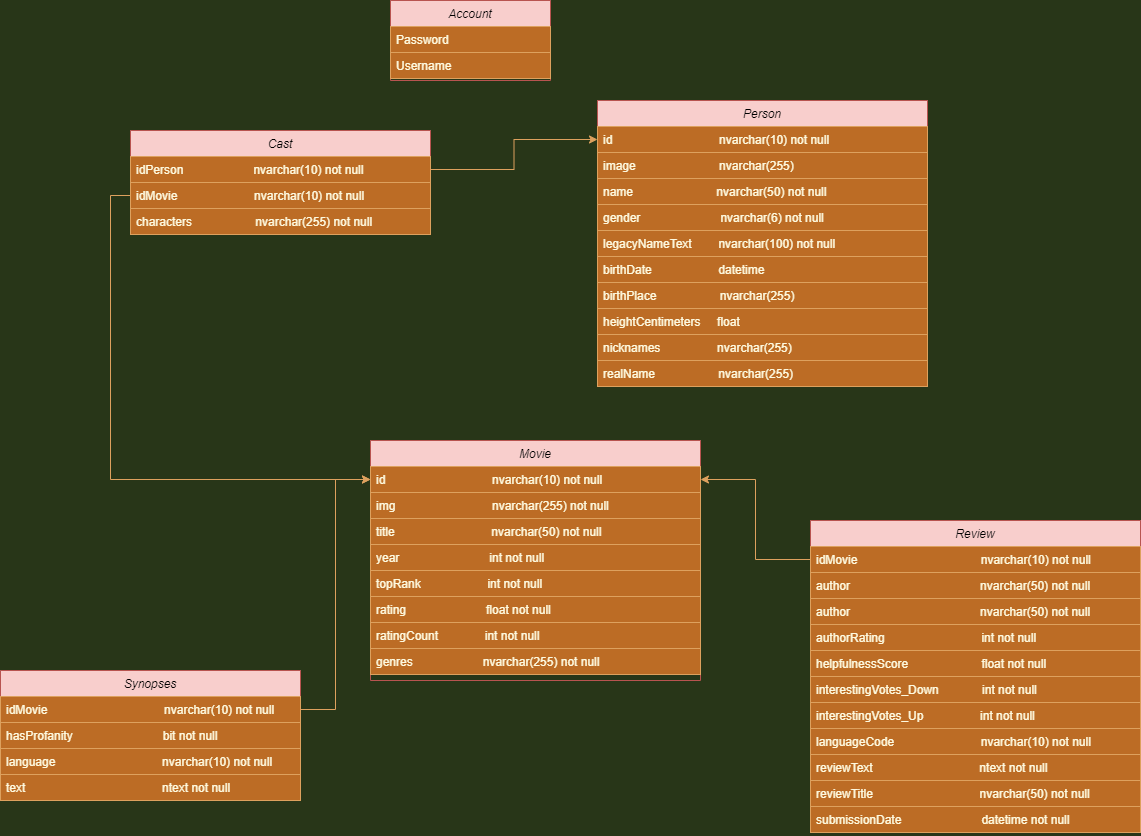
Above: database/diagram.png in nvhai248/BTCN3 (draw.io), before the change. Source tidied: cells renumbered, new cells last; positions are measured from the earlier drawing's top-left corner, leaving out a move shared by most shapes.
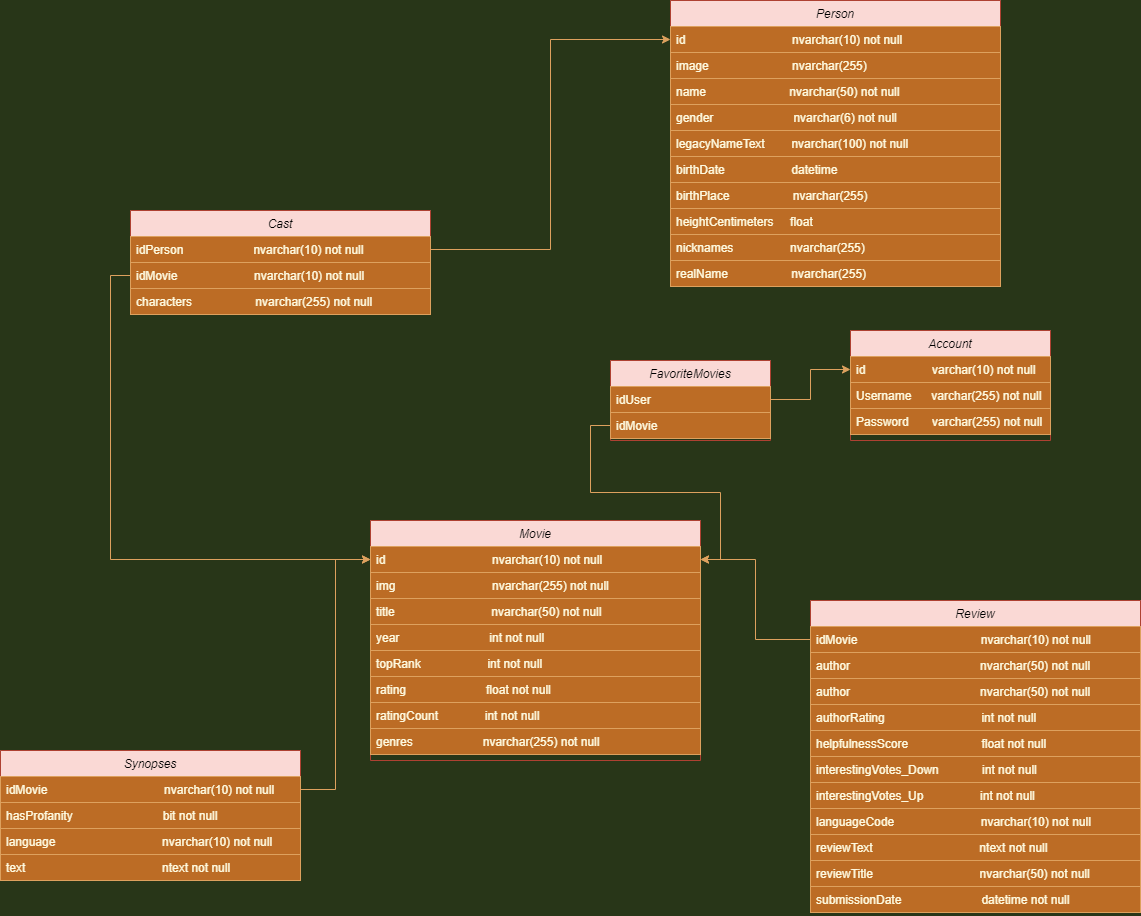
The same diagram one commit later.

Diff of the diagram source:
```diff
@@ -2,8 +2,8 @@
   <root>
     <mxCell id="0" />
     <mxCell id="1" parent="0" />
-    <mxCell id="2" value="Person" style="swimlane;fontStyle=2;align=center;verticalAlign=top;horizontal=1;startSize=26;rounded=0;shadow=0;strokeWidth=1;fillColor=#f8cecc;strokeColor=#b85450;" parent="1" vertex="1">
-      <mxGeometry x="597" y="100" width="330" height="286" as="geometry" />
+    <mxCell id="2" value="Person" style="swimlane;fontStyle=2;align=center;verticalAlign=top;horizontal=1;startSize=26;rounded=0;shadow=0;strokeWidth=1;fillColor=#fad9d5;strokeColor=#ae4132;" parent="1" vertex="1">
+      <mxGeometry x="670" y="-80" width="330" height="286" as="geometry" />
     </mxCell>
     <mxCell id="3" value="id                                nvarchar(10) not null&#10;&#10;" style="text;align=left;verticalAlign=top;spacingLeft=4;spacingRight=4;overflow=hidden;points=[[0,0.5],[1,0.5]];portConstraint=eastwest;fillColor=#BC6C25;fontColor=#FEFAE0;strokeColor=#DDA15E;" parent="2" vertex="1">
       <mxGeometry y="26" width="330" height="26" as="geometry" />
@@ -35,16 +35,19 @@
     <mxCell id="12" value="realName                   nvarchar(255)" style="text;align=left;verticalAlign=top;spacingLeft=4;spacingRight=4;overflow=hidden;fillColor=#BC6C25;fontColor=#FEFAE0;strokeColor=#DDA15E;" parent="2" vertex="1">
       <mxGeometry y="260" width="330" height="26" as="geometry" />
     </mxCell>
-    <mxCell id="13" value="Account" style="swimlane;fontStyle=2;align=center;verticalAlign=top;horizontal=1;startSize=26;rounded=0;shadow=0;strokeWidth=1;fillColor=#f8cecc;strokeColor=#b85450;" parent="1" vertex="1">
-      <mxGeometry x="390" width="160" height="80" as="geometry" />
+    <mxCell id="13" value="Account" style="swimlane;fontStyle=2;align=center;verticalAlign=top;horizontal=1;startSize=26;rounded=0;shadow=0;strokeWidth=1;fillColor=#fad9d5;strokeColor=#ae4132;" parent="1" vertex="1">
+      <mxGeometry x="850" y="250" width="200" height="110" as="geometry" />
     </mxCell>
+    <mxCell id="15" value="id                    varchar(10) not null" style="text;align=left;verticalAlign=top;spacingLeft=4;spacingRight=4;overflow=hidden;points=[[0,0.5],[1,0.5]];portConstraint=eastwest;fillColor=#BC6C25;fontColor=#FEFAE0;strokeColor=#DDA15E;" parent="13" vertex="1">
+      <mxGeometry y="26" width="200" height="26" as="geometry" />
+    </mxCell>
+    <mxCell id="50" value="Username      varchar(255) not null" style="text;align=left;verticalAlign=top;spacingLeft=4;spacingRight=4;overflow=hidden;fillColor=#BC6C25;fontColor=#FEFAE0;strokeColor=#DDA15E;" parent="13" vertex="1">
+      <mxGeometry y="52" width="200" height="26" as="geometry" />
+    </mxCell>
-    <mxCell id="14" value="Password" style="text;align=left;verticalAlign=top;spacingLeft=4;spacingRight=4;overflow=hidden;rounded=0;shadow=0;html=0;fillColor=#BC6C25;fontColor=#FEFAE0;strokeColor=#DDA15E;" parent="13" vertex="1">
-      <mxGeometry y="26" width="160" height="26" as="geometry" />
+    <mxCell id="14" value="Password       varchar(255) not null" style="text;align=left;verticalAlign=top;spacingLeft=4;spacingRight=4;overflow=hidden;rounded=0;shadow=0;html=0;fillColor=#BC6C25;fontColor=#FEFAE0;strokeColor=#DDA15E;" parent="13" vertex="1">
+      <mxGeometry y="78" width="200" height="26" as="geometry" />
     </mxCell>
-    <mxCell id="15" value="Username" style="text;align=left;verticalAlign=top;spacingLeft=4;spacingRight=4;overflow=hidden;points=[[0,0.5],[1,0.5]];portConstraint=eastwest;fillColor=#BC6C25;fontColor=#FEFAE0;strokeColor=#DDA15E;" parent="13" vertex="1">
-      <mxGeometry y="52" width="160" height="26" as="geometry" />
-    </mxCell>
-    <mxCell id="16" value="Movie&#10;" style="swimlane;fontStyle=2;align=center;verticalAlign=top;horizontal=1;startSize=26;rounded=0;shadow=0;strokeWidth=1;fillColor=#f8cecc;strokeColor=#b85450;" parent="1" vertex="1">
+    <mxCell id="16" value="Movie&#10;" style="swimlane;fontStyle=2;align=center;verticalAlign=top;horizontal=1;startSize=26;rounded=0;shadow=0;strokeWidth=1;fillColor=#fad9d5;strokeColor=#ae4132;" parent="1" vertex="1">
       <mxGeometry x="370" y="440" width="330" height="240" as="geometry" />
     </mxCell>
     <mxCell id="17" value="id                                nvarchar(10) not null&#10;&#10;" style="text;align=left;verticalAlign=top;spacingLeft=4;spacingRight=4;overflow=hidden;points=[[0,0.5],[1,0.5]];portConstraint=eastwest;fillColor=#BC6C25;fontColor=#FEFAE0;strokeColor=#DDA15E;" parent="16" vertex="1">
@@ -71,7 +74,7 @@
     <mxCell id="24" value="genres                     nvarchar(255) not null" style="text;align=left;verticalAlign=top;spacingLeft=4;spacingRight=4;overflow=hidden;fillColor=#BC6C25;fontColor=#FEFAE0;strokeColor=#DDA15E;" parent="16" vertex="1">
       <mxGeometry y="208" width="330" height="26" as="geometry" />
     </mxCell>
-    <mxCell id="25" value="Review" style="swimlane;fontStyle=2;align=center;verticalAlign=top;horizontal=1;startSize=26;rounded=0;shadow=0;strokeWidth=1;fillColor=#f8cecc;strokeColor=#b85450;" parent="1" vertex="1">
+    <mxCell id="25" value="Review" style="swimlane;fontStyle=2;align=center;verticalAlign=top;horizontal=1;startSize=26;rounded=0;shadow=0;strokeWidth=1;fillColor=#fad9d5;strokeColor=#ae4132;" parent="1" vertex="1">
       <mxGeometry x="810" y="520" width="330" height="312" as="geometry" />
     </mxCell>
     <mxCell id="26" value="idMovie                                     nvarchar(10) not null" style="text;align=left;verticalAlign=top;spacingLeft=4;spacingRight=4;overflow=hidden;points=[[0,0.5],[1,0.5]];portConstraint=eastwest;fillColor=#BC6C25;fontColor=#FEFAE0;strokeColor=#DDA15E;" parent="25" vertex="1">
@@ -107,7 +110,7 @@
     <mxCell id="36" value="submissionDate                        datetime not null" style="text;align=left;verticalAlign=top;spacingLeft=4;spacingRight=4;overflow=hidden;fillColor=#BC6C25;fontColor=#FEFAE0;strokeColor=#DDA15E;" parent="25" vertex="1">
       <mxGeometry y="286" width="330" height="26" as="geometry" />
     </mxCell>
-    <mxCell id="37" value="Cast" style="swimlane;fontStyle=2;align=center;verticalAlign=top;horizontal=1;startSize=26;rounded=0;shadow=0;strokeWidth=1;fillColor=#f8cecc;strokeColor=#b85450;" parent="1" vertex="1">
+    <mxCell id="37" value="Cast" style="swimlane;fontStyle=2;align=center;verticalAlign=top;horizontal=1;startSize=26;rounded=0;shadow=0;strokeWidth=1;fillColor=#fad9d5;strokeColor=#ae4132;" parent="1" vertex="1">
       <mxGeometry x="130" y="130" width="300" height="104" as="geometry" />
     </mxCell>
     <mxCell id="38" value="idPerson                     nvarchar(10) not null" style="text;align=left;verticalAlign=top;spacingLeft=4;spacingRight=4;overflow=hidden;points=[[0,0.5],[1,0.5]];portConstraint=eastwest;rounded=0;shadow=0;html=0;fillColor=#BC6C25;fontColor=#FEFAE0;strokeColor=#DDA15E;" parent="37" vertex="1">
@@ -128,7 +131,7 @@
     <mxCell id="43" style="edgeStyle=orthogonalEdgeStyle;rounded=0;jettySize=auto;html=1;exitX=0;exitY=0.5;exitDx=0;exitDy=0;entryX=1;entryY=0.5;entryDx=0;entryDy=0;labelBackgroundColor=#283618;strokeColor=#DDA15E;fontColor=#FEFAE0;" parent="1" edge="1" source="26" target="17">
       <mxGeometry relative="1" as="geometry" />
     </mxCell>
-    <mxCell id="44" value="Synopses" style="swimlane;fontStyle=2;align=center;verticalAlign=top;horizontal=1;startSize=26;rounded=0;shadow=0;strokeWidth=1;fillColor=#f8cecc;strokeColor=#b85450;" parent="1" vertex="1">
+    <mxCell id="44" value="Synopses" style="swimlane;fontStyle=2;align=center;verticalAlign=top;horizontal=1;startSize=26;rounded=0;shadow=0;strokeWidth=1;fillColor=#fad9d5;strokeColor=#ae4132;" parent="1" vertex="1">
       <mxGeometry y="670" width="300" height="130" as="geometry" />
     </mxCell>
     <mxCell id="45" value="idMovie                                   nvarchar(10) not null" style="text;align=left;verticalAlign=top;spacingLeft=4;spacingRight=4;overflow=hidden;points=[[0,0.5],[1,0.5]];portConstraint=eastwest;rounded=0;shadow=0;html=0;fillColor=#BC6C25;fontColor=#FEFAE0;strokeColor=#DDA15E;" parent="44" vertex="1">
@@ -146,5 +149,20 @@
     <mxCell id="49" style="edgeStyle=orthogonalEdgeStyle;rounded=0;jettySize=auto;html=1;labelBackgroundColor=#283618;strokeColor=#DDA15E;fontColor=#FEFAE0;" parent="1" edge="1" source="45" target="17">
       <mxGeometry relative="1" as="geometry" />
     </mxCell>
+    <mxCell id="51" value="FavoriteMovies" style="swimlane;fontStyle=2;align=center;verticalAlign=top;horizontal=1;startSize=26;rounded=0;shadow=0;strokeWidth=1;fillColor=#fad9d5;strokeColor=#ae4132;" parent="1" vertex="1">
+      <mxGeometry x="610" y="280" width="160" height="80" as="geometry" />
+    </mxCell>
+    <mxCell id="52" value="idUser" style="text;align=left;verticalAlign=top;spacingLeft=4;spacingRight=4;overflow=hidden;points=[[0,0.5],[1,0.5]];portConstraint=eastwest;rounded=0;shadow=0;html=0;fillColor=#BC6C25;fontColor=#FEFAE0;strokeColor=#DDA15E;" parent="51" vertex="1">
+      <mxGeometry y="26" width="160" height="26" as="geometry" />
+    </mxCell>
+    <mxCell id="53" value="idMovie" style="text;align=left;verticalAlign=top;spacingLeft=4;spacingRight=4;overflow=hidden;points=[[0,0.5],[1,0.5]];portConstraint=eastwest;fillColor=#BC6C25;fontColor=#FEFAE0;strokeColor=#DDA15E;" parent="51" vertex="1">
+      <mxGeometry y="52" width="160" height="26" as="geometry" />
+    </mxCell>
+    <mxCell id="54" style="edgeStyle=orthogonalEdgeStyle;rounded=0;jettySize=auto;html=1;entryX=0;entryY=0.5;entryDx=0;entryDy=0;labelBackgroundColor=#283618;strokeColor=#DDA15E;fontColor=#FEFAE0;" parent="1" edge="1" source="52" target="15">
+      <mxGeometry relative="1" as="geometry" />
+    </mxCell>
+    <mxCell id="55" style="edgeStyle=orthogonalEdgeStyle;rounded=0;jettySize=auto;html=1;labelBackgroundColor=#283618;strokeColor=#DDA15E;fontColor=#FEFAE0;" parent="1" edge="1" source="53" target="17">
+      <mxGeometry relative="1" as="geometry" />
+    </mxCell>
   </root>
 </mxGraphModel>
```
